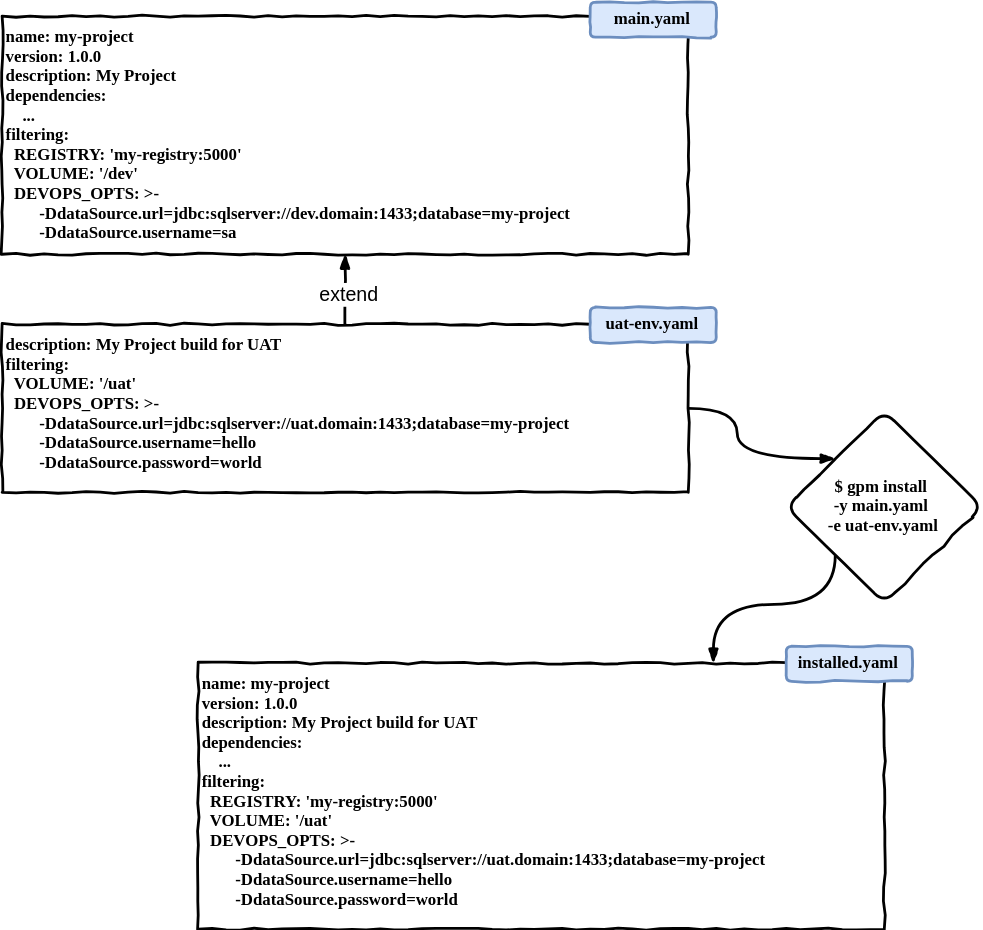
Before: doc/extend.svg, a diagram exported from draw.io (softleader/git-package-manager). Source tidied: cells renumbered, new cells last; positions are measured from the earlier drawing's top-left corner, leaving out a move shared by most shapes. Source of this version:
```xml
<mxGraphModel background="#ffffff">
  <root>
    <mxCell id="0" />
    <mxCell id="1" parent="0" />
    <mxCell id="2" style="edgeStyle=orthogonalEdgeStyle;curved=1;rounded=0;comic=1;html=0;exitX=0;exitY=1;entryX=0.75;entryY=0;startArrow=none;startFill=0;endArrow=blockThin;endFill=1;jettySize=auto;strokeColor=#000000;strokeWidth=2;fontFamily=Helvetica;fontSize=14;fontColor=none;" parent="1" edge="1" source="3" target="5">
      <mxGeometry relative="1" as="geometry">
        <Array as="points">
          <mxPoint x="595" y="430" />
          <mxPoint x="508" y="430" />
        </Array>
      </mxGeometry>
    </mxCell>
    <mxCell id="3" value="$ gpm install &#10;-y main.yaml &#10;-e uat-env.yaml" style="rhombus;align=center;comic=1;strokeWidth=2;fontFamily=Comic Sans MS;fontStyle=1;rounded=1;shadow=0;glass=0;fillColor=#ffffff;gradientColor=none;" parent="1" vertex="1">
      <mxGeometry x="560" y="292" width="140" height="137" as="geometry" />
    </mxCell>
    <mxCell id="4" style="group;" parent="1" vertex="1">
      <mxGeometry x="140" y="460" width="510" height="202" as="geometry" />
    </mxCell>
    <mxCell id="5" value="name: my-project&#10;version: 1.0.0&#10;description: My Project build for UAT&#10;dependencies:&#10;    ...&#10;filtering:&#10;  REGISTRY: 'my-registry:5000'&#10;  VOLUME: '/uat'&#10;  DEVOPS_OPTS: &gt;-&#10;        -DdataSource.url=jdbc:sqlserver://uat.domain:1433;database=my-project&#10;        -DdataSource.username=hello &#10;        -DdataSource.password=world&#10;&#10;" style="comic=1;strokeWidth=2;fontFamily=Comic Sans MS;fontStyle=1;rounded=0;shadow=0;glass=0;fillColor=#ffffff;gradientColor=none;align=left;verticalAlign=top;" parent="4" vertex="1">
      <mxGeometry y="12" width="490" height="190" as="geometry" />
    </mxCell>
    <mxCell id="6" value="installed.yaml" style="comic=1;strokeWidth=2;fontFamily=Comic Sans MS;fontStyle=1;rounded=1;shadow=0;glass=0;fillColor=#dae8fc;align=center;strokeColor=#6c8ebf;" parent="4" vertex="1">
      <mxGeometry x="420" width="90" height="25" as="geometry" />
    </mxCell>
    <mxCell id="7" style="edgeStyle=orthogonalEdgeStyle;rounded=0;comic=1;html=0;entryX=0;entryY=0;startArrow=none;startFill=0;endArrow=blockThin;endFill=1;jettySize=auto;strokeColor=#000000;strokeWidth=2;fontFamily=Helvetica;fontSize=14;fontColor=none;curved=1;" parent="1" edge="1" source="8" target="3">
      <mxGeometry relative="1" as="geometry" />
    </mxCell>
    <mxCell id="8" value="description: My Project build for UAT&#10;filtering:&#10;  VOLUME: '/uat'&#10;  DEVOPS_OPTS: &gt;-&#10;        -DdataSource.url=jdbc:sqlserver://uat.domain:1433;database=my-project&#10;        -DdataSource.username=hello &#10;        -DdataSource.password=world" style="comic=1;strokeWidth=2;fontFamily=Comic Sans MS;fontStyle=1;rounded=0;shadow=0;glass=0;fillColor=#ffffff;gradientColor=none;align=left;verticalAlign=top;" parent="1" vertex="1">
      <mxGeometry y="230" width="490" height="120" as="geometry" />
    </mxCell>
    <mxCell id="9" value="name: my-project&#10;version: 1.0.0&#10;description: My Project&#10;dependencies:&#10;    ...&#10;filtering:&#10;  REGISTRY: 'my-registry:5000'&#10;  VOLUME: '/dev'&#10;  DEVOPS_OPTS: &gt;-&#10;        -DdataSource.url=jdbc:sqlserver://dev.domain:1433;database=my-project&#10;        -DdataSource.username=sa&#10;" style="comic=1;strokeWidth=2;fontFamily=Comic Sans MS;fontStyle=1;rounded=0;shadow=0;glass=0;fillColor=#ffffff;gradientColor=none;align=left;verticalAlign=top;" parent="1" vertex="1">
      <mxGeometry y="10" width="490" height="170" as="geometry" />
    </mxCell>
    <mxCell id="10" style="edgeStyle=none;rounded=0;comic=1;html=0;startArrow=none;startFill=0;endArrow=blockThin;endFill=1;jettySize=auto;strokeColor=#000000;strokeWidth=2;fontFamily=Helvetica;fontSize=14;fontColor=none;" parent="1" edge="1" source="8" target="9">
      <mxGeometry relative="1" as="geometry" />
    </mxCell>
    <mxCell id="11" value="extend" style="text;html=1;align=center;verticalAlign=middle;labelBackgroundColor=#ffffff;fontSize=14;fontFamily=Helvetica;fontColor=none;" parent="10" vertex="1">
      <mxGeometry x="-0.07" y="-2" relative="1" as="geometry" />
    </mxCell>
    <mxCell id="12" value="main.yaml" style="comic=1;strokeWidth=2;fontFamily=Comic Sans MS;fontStyle=1;rounded=1;shadow=0;glass=0;fillColor=#dae8fc;align=center;strokeColor=#6c8ebf;" parent="1" vertex="1">
      <mxGeometry x="420" width="90" height="25" as="geometry" />
    </mxCell>
    <mxCell id="13" value="uat-env.yaml" style="comic=1;strokeWidth=2;fontFamily=Comic Sans MS;fontStyle=1;rounded=1;shadow=0;glass=0;fillColor=#dae8fc;align=center;strokeColor=#6c8ebf;" parent="1" vertex="1">
      <mxGeometry x="420" y="218" width="90" height="25" as="geometry" />
    </mxCell>
  </root>
</mxGraphModel>
```
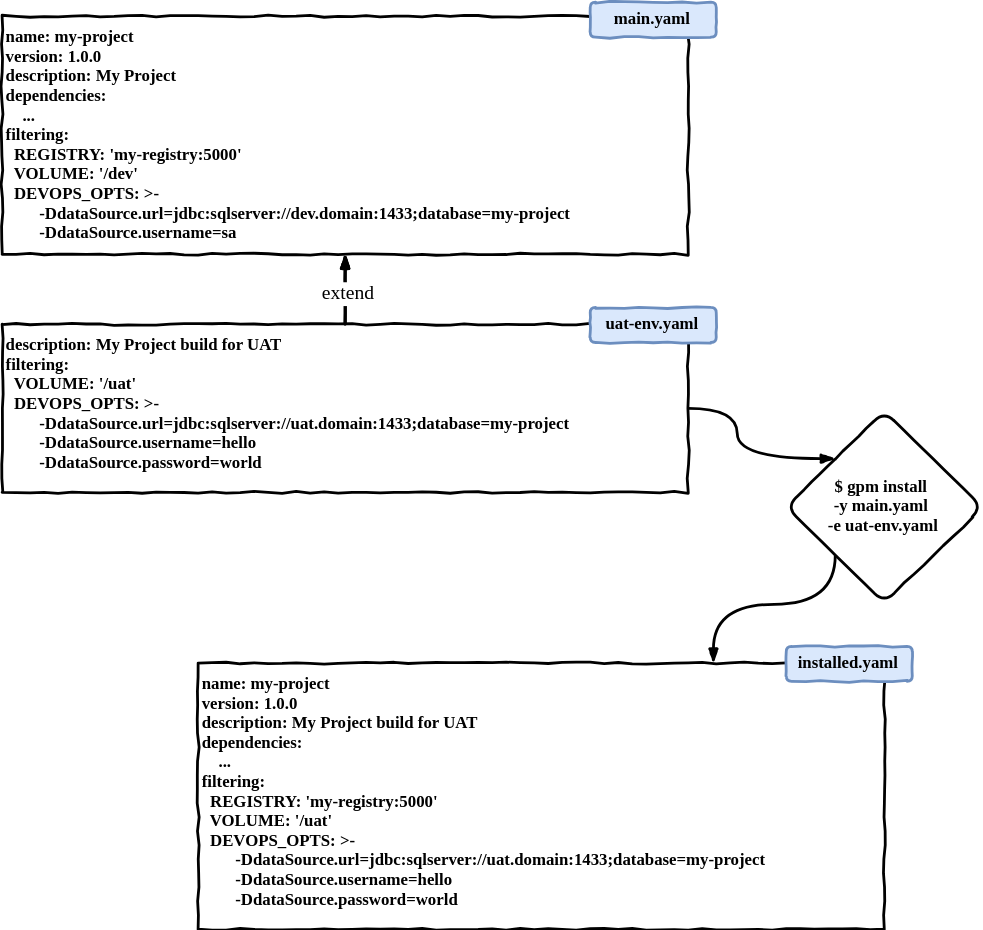
After the change.

The edit, as a diff of the source:
```diff
@@ -25,6 +25,12 @@
     <mxCell id="7" style="edgeStyle=orthogonalEdgeStyle;rounded=0;comic=1;html=0;entryX=0;entryY=0;startArrow=none;startFill=0;endArrow=blockThin;endFill=1;jettySize=auto;strokeColor=#000000;strokeWidth=2;fontFamily=Helvetica;fontSize=14;fontColor=none;curved=1;" parent="1" edge="1" source="8" target="3">
       <mxGeometry relative="1" as="geometry" />
     </mxCell>
+    <mxCell id="14" style="edgeStyle=orthogonalEdgeStyle;curved=1;rounded=0;comic=1;html=0;startArrow=none;startFill=0;endArrow=blockThin;endFill=1;jettySize=auto;strokeColor=#000000;strokeWidth=2;fontFamily=Helvetica;fontSize=14;fontColor=none;" parent="1" edge="1" source="8" target="9">
+      <mxGeometry relative="1" as="geometry" />
+    </mxCell>
+    <mxCell id="15" style="edgeStyle=orthogonalEdgeStyle;curved=1;rounded=0;comic=1;html=0;startArrow=none;startFill=0;endArrow=blockThin;endFill=1;jettySize=auto;strokeColor=#000000;strokeWidth=2;fontFamily=Helvetica;fontSize=14;fontColor=none;" parent="1" edge="1" source="8" target="9">
+      <mxGeometry relative="1" as="geometry" />
+    </mxCell>
     <mxCell id="8" value="description: My Project build for UAT&#10;filtering:&#10;  VOLUME: '/uat'&#10;  DEVOPS_OPTS: &gt;-&#10;        -DdataSource.url=jdbc:sqlserver://uat.domain:1433;database=my-project&#10;        -DdataSource.username=hello &#10;        -DdataSource.password=world" style="comic=1;strokeWidth=2;fontFamily=Comic Sans MS;fontStyle=1;rounded=0;shadow=0;glass=0;fillColor=#ffffff;gradientColor=none;align=left;verticalAlign=top;" parent="1" vertex="1">
       <mxGeometry y="230" width="490" height="120" as="geometry" />
     </mxCell>
@@ -34,7 +40,7 @@
     <mxCell id="10" style="edgeStyle=none;rounded=0;comic=1;html=0;startArrow=none;startFill=0;endArrow=blockThin;endFill=1;jettySize=auto;strokeColor=#000000;strokeWidth=2;fontFamily=Helvetica;fontSize=14;fontColor=none;" parent="1" edge="1" source="8" target="9">
       <mxGeometry relative="1" as="geometry" />
     </mxCell>
-    <mxCell id="11" value="extend" style="text;html=1;align=center;verticalAlign=middle;labelBackgroundColor=#ffffff;fontSize=14;fontFamily=Helvetica;fontColor=none;" parent="10" vertex="1">
+    <mxCell id="11" value="extend" style="text;align=center;verticalAlign=middle;labelBackgroundColor=#ffffff;fontSize=14;fontFamily=Comic Sans MS;fontColor=none;" parent="10" vertex="1">
       <mxGeometry x="-0.07" y="-2" relative="1" as="geometry" />
     </mxCell>
     <mxCell id="12" value="main.yaml" style="comic=1;strokeWidth=2;fontFamily=Comic Sans MS;fontStyle=1;rounded=1;shadow=0;glass=0;fillColor=#dae8fc;align=center;strokeColor=#6c8ebf;" parent="1" vertex="1">
```
